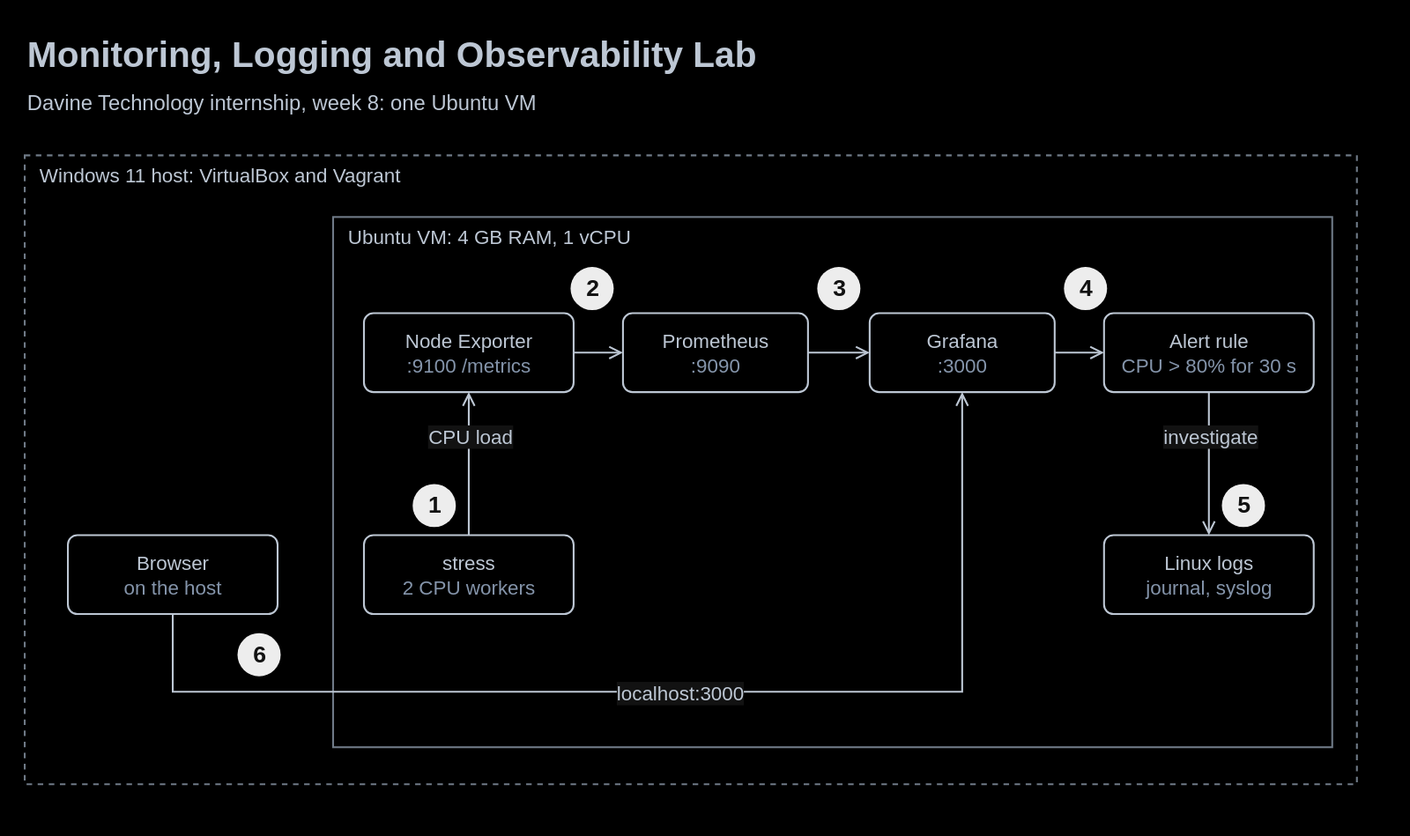
This is docs/diagrams/dark/monitoring-stack.drawio.svg from ooseni/davine-week8-Monitoring-Logging-Observability, a draw.io export, as it was before one commit. Source tidied: cells renumbered, new cells last; positions are measured from the earlier drawing's top-left corner, leaving out a move shared by most shapes.
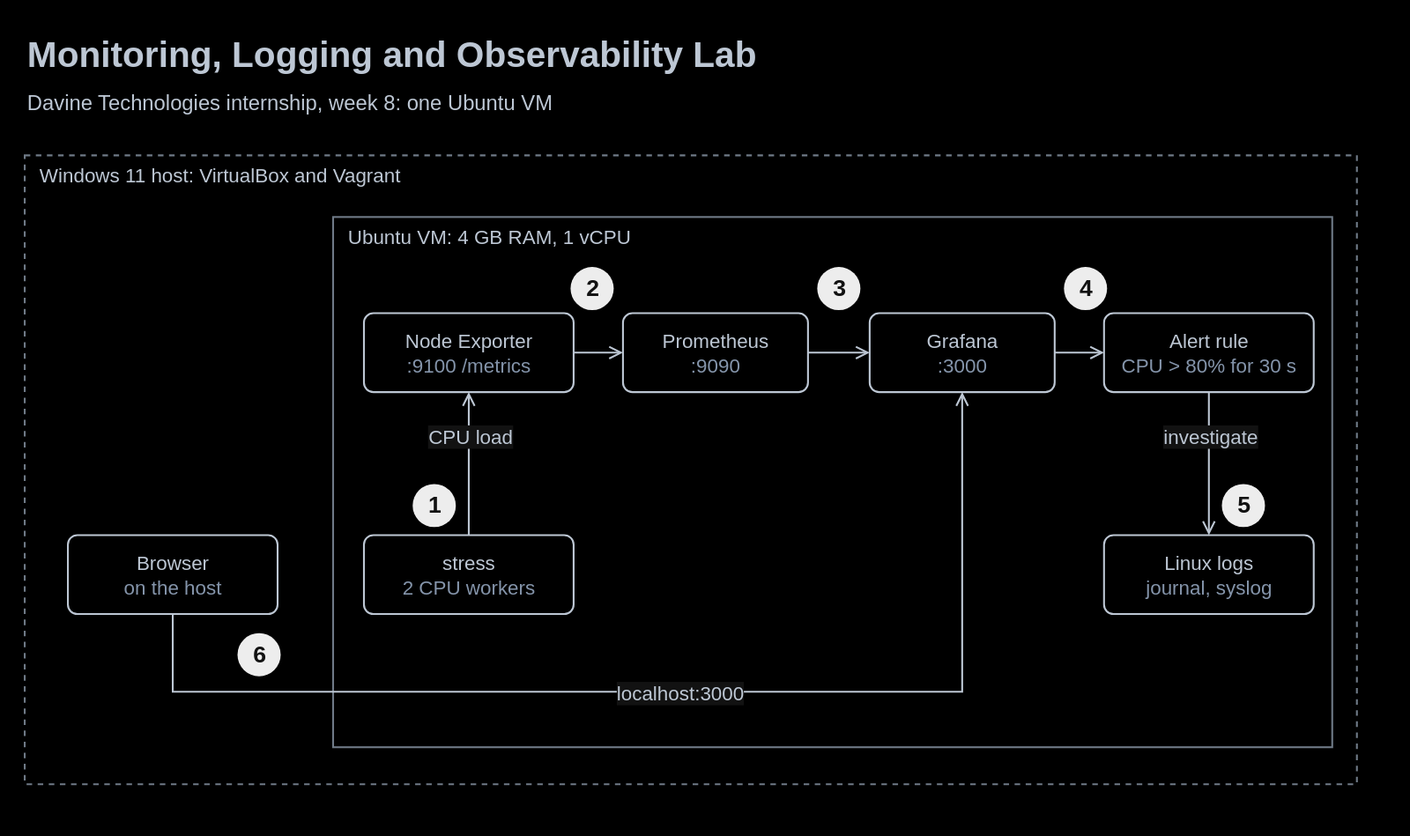
The same diagram one commit later.

Commit message:
docs: correct the spelling of Davine Technologies in the diagram

Diff of the diagram source:
```diff
@@ -79,7 +79,7 @@
     <mxCell id="25" value="6" style="ellipse;whiteSpace=wrap;html=1;fillColor=#000000;strokeColor=none;fontFamily=Arial;fontSize=19;fontStyle=1;fontColor=#FFFFFF;" parent="1" vertex="1">
       <mxGeometry x="172.5" y="493.5" width="35" height="35" as="geometry" />
     </mxCell>
-    <mxCell id="26" value="Monitoring, Logging and Observability Lab&lt;br&gt;&lt;span style=&quot;font-size:17px;font-weight:normal&quot;&gt;Davine Technology internship, week 8: one Ubuntu VM&lt;/span&gt;" style="text;html=1;fontFamily=Arial;align=left;verticalAlign=top;strokeColor=none;fillColor=none;fontSize=29;fontStyle=1;fontColor=#232F3E;" parent="1" vertex="1">
+    <mxCell id="26" value="Monitoring, Logging and Observability Lab&lt;br&gt;&lt;span style=&quot;font-size:17px;font-weight:normal&quot;&gt;Davine Technologies internship, week 8: one Ubuntu VM&lt;/span&gt;" style="text;html=1;fontFamily=Arial;align=left;verticalAlign=top;strokeColor=none;fillColor=none;fontSize=29;fontStyle=1;fontColor=#232F3E;" parent="1" vertex="1">
       <mxGeometry width="1000" height="50" as="geometry" />
     </mxCell>
   </root>
```
